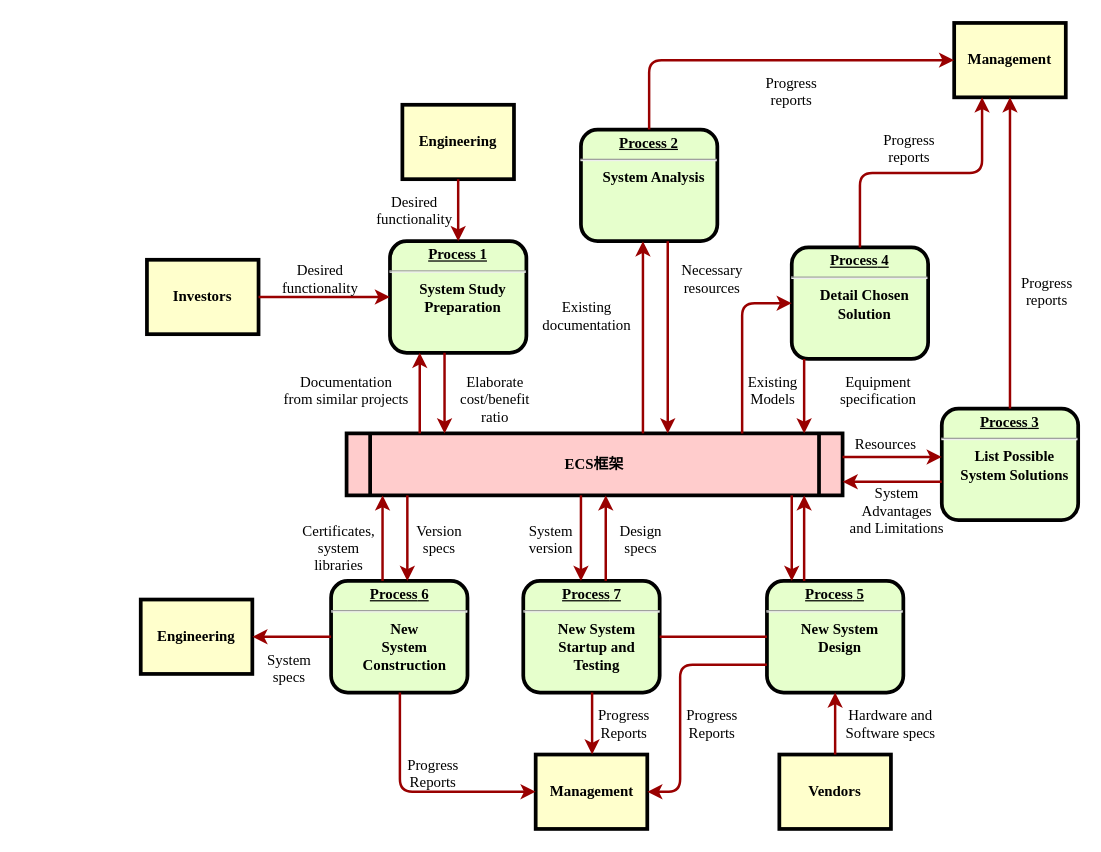
The draw.io diagram page "ECS框架" (1 of 3) of Analyse/ElementalCognitionSystem/ECS框架.drawio in EntelechySystem/EntelechySystem_theory, before the edit. Source tidied: cells renumbered, new cells numbered last; positions are measured from the earlier drawing's top-left corner, leaving out a move shared by most shapes. Both pictures are drawn from the tidied source at 124%, with x=0, y=0 at pixel (140, 22).
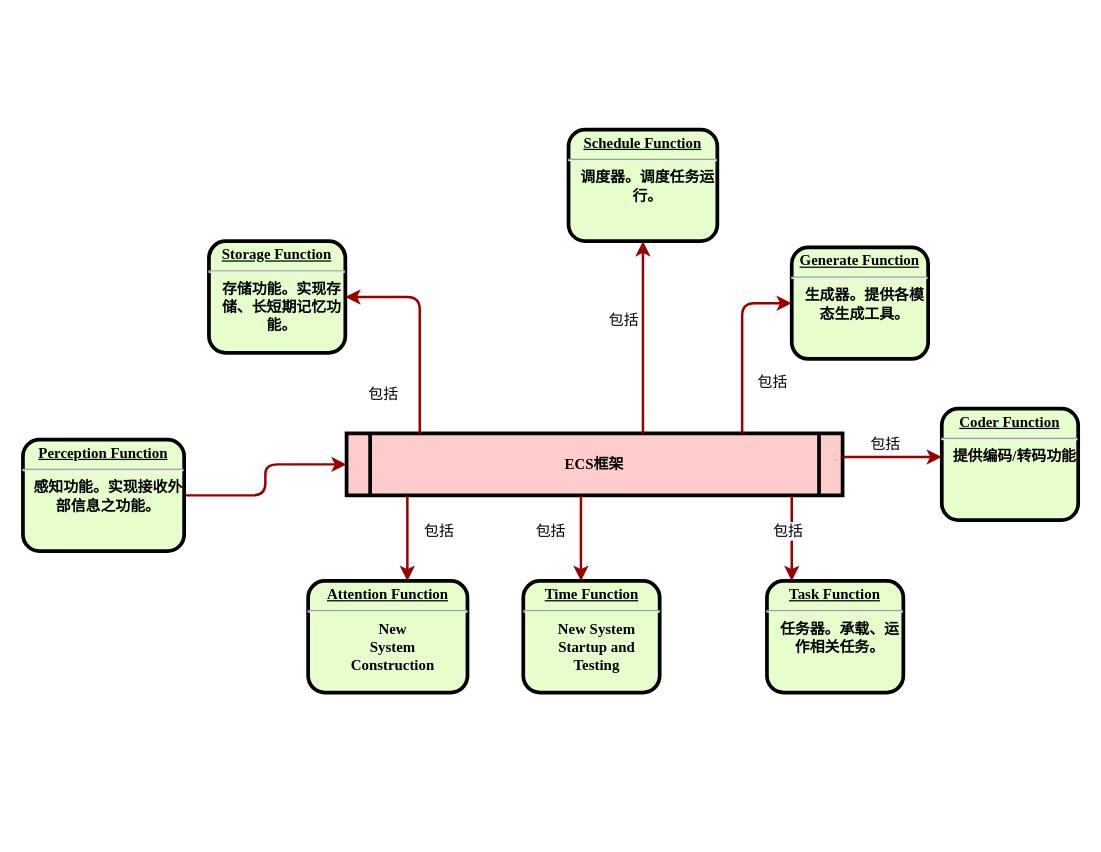
The same diagram, later.

The change refers to these unchanged cells:
```xml
<mxCell id="5" value="ECS框架" style="shape=process;whiteSpace=wrap;align=center;verticalAlign=middle;size=0.0475;fontStyle=1;strokeWidth=3;fillColor=#FFCCCC;fontFamily=Times New Roman;" parent="1" vertex="1">
  <mxGeometry x="166" y="331" width="400" height="50" as="geometry" />
</mxCell>
<mxCell id="44" style="edgeStyle=elbowEdgeStyle;elbow=horizontal;strokeColor=#990000;strokeWidth=2;fontFamily=Times New Roman;" parent="1" edge="1" source="5" target="9">
  <mxGeometry relative="1" as="geometry">
    <Array as="points">
      <mxPoint x="525" y="420" />
    </Array>
  </mxGeometry>
</mxCell>
```

Diff of the diagram source:
```diff
@@
-    <mxCell id="2" value="&lt;p style=&quot;margin: 0px; margin-top: 4px; text-align: center; text-decoration: underline;&quot;&gt;&lt;strong&gt;Process 1&lt;br&gt;&lt;/strong&gt;&lt;/p&gt;&lt;hr&gt;&lt;p style=&quot;margin: 0px; margin-left: 8px;&quot;&gt;System Study&lt;/p&gt;&lt;p style=&quot;margin: 0px; margin-left: 8px;&quot;&gt;Preparation&lt;/p&gt;" style="verticalAlign=middle;align=center;overflow=fill;fontSize=12;fontFamily=Times New Roman;html=1;rounded=1;fontStyle=1;strokeWidth=3;fillColor=#E6FFCC;" parent="1" vertex="1">
-      <mxGeometry x="201" y="176" width="110" height="90" as="geometry" />
+    <mxCell id="2" value="&lt;p style=&quot;margin: 0px; margin-top: 4px; text-align: center; text-decoration: underline;&quot;&gt;&lt;strong&gt;Storage Function&lt;/strong&gt;&lt;/p&gt;&lt;hr&gt;&lt;p style=&quot;margin: 0px; margin-left: 8px;&quot;&gt;存储功能。实现存储、长短期记忆功能。&lt;/p&gt;" style="verticalAlign=middle;align=center;overflow=fill;fontSize=12;fontFamily=Times New Roman;html=1;rounded=1;fontStyle=1;strokeWidth=3;fillColor=#E6FFCC;whiteSpace=wrap;" parent="1" vertex="1">
+      <mxGeometry x="55" y="176" width="110" height="90" as="geometry" />
     </mxCell>
-    <mxCell id="3" value="Engineering" style="whiteSpace=wrap;align=center;verticalAlign=middle;fontStyle=1;strokeWidth=3;fillColor=#FFFFCC;fontFamily=Times New Roman;" parent="1" vertex="1">
-      <mxGeometry x="211" y="66" width="90" height="60" as="geometry" />
-    </mxCell>
-    <mxCell id="4" value="Investors" style="whiteSpace=wrap;align=center;verticalAlign=middle;fontStyle=1;strokeWidth=3;fillColor=#FFFFCC;fontFamily=Times New Roman;" parent="1" vertex="1">
-      <mxGeometry x="5" y="191" width="90" height="60" as="geometry" />
-    </mxCell>
@@
-    <mxCell id="6" value="&lt;p style=&quot;margin: 0px; margin-top: 4px; text-align: center; text-decoration: underline;&quot;&gt;&lt;strong&gt;Process 2&lt;br&gt;&lt;/strong&gt;&lt;/p&gt;&lt;hr&gt;&lt;p style=&quot;margin: 0px; margin-left: 8px;&quot;&gt;System Analysis&lt;/p&gt;" style="verticalAlign=middle;align=center;overflow=fill;fontSize=12;fontFamily=Times New Roman;html=1;rounded=1;fontStyle=1;strokeWidth=3;fillColor=#E6FFCC;" parent="1" vertex="1">
-      <mxGeometry x="355" y="86" width="110" height="90" as="geometry" />
+    <mxCell id="6" value="&lt;p style=&quot;margin: 0px; margin-top: 4px; text-align: center; text-decoration: underline;&quot;&gt;&lt;strong&gt;Schedule Function&lt;br&gt;&lt;/strong&gt;&lt;/p&gt;&lt;hr&gt;&lt;p style=&quot;margin: 0px; margin-left: 8px;&quot;&gt;调度器。调度任务运行。&lt;/p&gt;" style="verticalAlign=middle;align=center;overflow=fill;fontSize=12;fontFamily=Times New Roman;html=1;rounded=1;fontStyle=1;strokeWidth=3;fillColor=#E6FFCC;whiteSpace=wrap;" parent="1" vertex="1">
+      <mxGeometry x="345" y="86" width="120" height="90" as="geometry" />
     </mxCell>
-    <mxCell id="7" value="&lt;p style=&quot;margin: 0px; margin-top: 4px; text-align: center; text-decoration: underline;&quot;&gt;&lt;strong&gt;&lt;strong&gt;Process&lt;/strong&gt; 3&lt;br&gt;&lt;/strong&gt;&lt;/p&gt;&lt;hr&gt;&lt;p style=&quot;margin: 0px; margin-left: 8px;&quot;&gt;List Possible&lt;/p&gt;&lt;p style=&quot;margin: 0px; margin-left: 8px;&quot;&gt;System Solutions&lt;/p&gt;" style="verticalAlign=middle;align=center;overflow=fill;fontSize=12;fontFamily=Times New Roman;html=1;rounded=1;fontStyle=1;strokeWidth=3;fillColor=#E6FFCC;" parent="1" vertex="1">
+    <mxCell id="7" value="&lt;p style=&quot;margin: 0px; margin-top: 4px; text-align: center; text-decoration: underline;&quot;&gt;Coder Function&lt;/p&gt;&lt;hr&gt;&lt;p style=&quot;margin: 0px; margin-left: 8px;&quot;&gt;提供编码/转码功能&lt;/p&gt;" style="verticalAlign=middle;align=center;overflow=fill;fontSize=12;fontFamily=Times New Roman;html=1;rounded=1;fontStyle=1;strokeWidth=3;fillColor=#E6FFCC;whiteSpace=wrap;" parent="1" vertex="1">
       <mxGeometry x="646" y="311" width="110" height="90" as="geometry" />
     </mxCell>
-    <mxCell id="8" value="&lt;p style=&quot;margin: 0px; margin-top: 4px; text-align: center; text-decoration: underline;&quot;&gt;&lt;strong&gt;&lt;strong&gt;Process&lt;/strong&gt; 4&lt;br&gt;&lt;/strong&gt;&lt;/p&gt;&lt;hr&gt;&lt;p style=&quot;margin: 0px; margin-left: 8px;&quot;&gt;Detail Chosen&lt;/p&gt;&lt;p style=&quot;margin: 0px; margin-left: 8px;&quot;&gt;Solution&lt;/p&gt;" style="verticalAlign=middle;align=center;overflow=fill;fontSize=12;fontFamily=Times New Roman;html=1;rounded=1;fontStyle=1;strokeWidth=3;fillColor=#E6FFCC;" parent="1" vertex="1">
+    <mxCell id="8" value="&lt;p style=&quot;margin: 0px; margin-top: 4px; text-align: center; text-decoration: underline;&quot;&gt;Generate Function&lt;/p&gt;&lt;hr&gt;&lt;p style=&quot;margin: 0px; margin-left: 8px;&quot;&gt;生成器。提供各模态生成工具。&lt;/p&gt;" style="verticalAlign=middle;align=center;overflow=fill;fontSize=12;fontFamily=Times New Roman;html=1;rounded=1;fontStyle=1;strokeWidth=3;fillColor=#E6FFCC;whiteSpace=wrap;" parent="1" vertex="1">
       <mxGeometry x="525" y="181" width="110" height="90" as="geometry" />
     </mxCell>
-    <mxCell id="9" value="&lt;p style=&quot;margin: 0px; margin-top: 4px; text-align: center; text-decoration: underline;&quot;&gt;&lt;strong&gt;&lt;strong&gt;Process&lt;/strong&gt; 5&lt;br&gt;&lt;/strong&gt;&lt;/p&gt;&lt;hr&gt;&lt;p style=&quot;margin: 0px; margin-left: 8px;&quot;&gt;New System&lt;/p&gt;&lt;p style=&quot;margin: 0px; margin-left: 8px;&quot;&gt;Design&lt;/p&gt;" style="verticalAlign=middle;align=center;overflow=fill;fontSize=12;fontFamily=Times New Roman;html=1;rounded=1;fontStyle=1;strokeWidth=3;fillColor=#E6FFCC;" parent="1" vertex="1">
+    <mxCell id="9" value="&lt;p style=&quot;margin: 0px; margin-top: 4px; text-align: center; text-decoration: underline;&quot;&gt;Task Function&lt;/p&gt;&lt;hr&gt;&lt;p style=&quot;margin: 0px; margin-left: 8px;&quot;&gt;任务器。承载、运作相关任务。&lt;/p&gt;" style="verticalAlign=middle;align=center;overflow=fill;fontSize=12;fontFamily=Times New Roman;html=1;rounded=1;fontStyle=1;strokeWidth=3;fillColor=#E6FFCC;whiteSpace=wrap;" parent="1" vertex="1">
       <mxGeometry x="505" y="450" width="110" height="90" as="geometry" />
     </mxCell>
-    <mxCell id="10" value="&lt;p style=&quot;margin: 0px; margin-top: 4px; text-align: center; text-decoration: underline;&quot;&gt;&lt;strong&gt;&lt;strong&gt;Process&lt;/strong&gt; 6&lt;br&gt;&lt;/strong&gt;&lt;/p&gt;&lt;hr&gt;&lt;p style=&quot;margin: 0px; margin-left: 8px;&quot;&gt;New&lt;/p&gt;&lt;p style=&quot;margin: 0px; margin-left: 8px;&quot;&gt;System&lt;/p&gt;&lt;p style=&quot;margin: 0px; margin-left: 8px;&quot;&gt;Construction&lt;/p&gt;" style="verticalAlign=middle;align=center;overflow=fill;fontSize=12;fontFamily=Times New Roman;html=1;rounded=1;fontStyle=1;strokeWidth=3;fillColor=#E6FFCC;" parent="1" vertex="1">
-      <mxGeometry x="153.5" y="450" width="110" height="90" as="geometry" />
+    <mxCell id="10" value="&lt;p style=&quot;margin: 0px; margin-top: 4px; text-align: center; text-decoration: underline;&quot;&gt;Attention Function&lt;/p&gt;&lt;hr&gt;&lt;p style=&quot;margin: 0px; margin-left: 8px;&quot;&gt;New&lt;/p&gt;&lt;p style=&quot;margin: 0px; margin-left: 8px;&quot;&gt;System&lt;/p&gt;&lt;p style=&quot;margin: 0px; margin-left: 8px;&quot;&gt;Construction&lt;/p&gt;" style="verticalAlign=middle;align=center;overflow=fill;fontSize=12;fontFamily=Times New Roman;html=1;rounded=1;fontStyle=1;strokeWidth=3;fillColor=#E6FFCC;whiteSpace=wrap;" parent="1" vertex="1">
+      <mxGeometry x="135" y="450" width="128.5" height="90" as="geometry" />
     </mxCell>
-    <mxCell id="11" value="Management" style="whiteSpace=wrap;align=center;verticalAlign=middle;fontStyle=1;strokeWidth=3;fillColor=#FFFFCC;fontFamily=Times New Roman;" parent="1" vertex="1">
-      <mxGeometry x="656" width="90" height="60" as="geometry" />
-    </mxCell>
-    <mxCell id="12" value="Management" style="whiteSpace=wrap;align=center;verticalAlign=middle;fontStyle=1;strokeWidth=3;fillColor=#FFFFCC;fontFamily=Times New Roman;" parent="1" vertex="1">
-      <mxGeometry x="318.5" y="590" width="90" height="60" as="geometry" />
-    </mxCell>
-    <mxCell id="13" value="Engineering" style="whiteSpace=wrap;align=center;verticalAlign=middle;fontStyle=1;strokeWidth=3;fillColor=#FFFFCC;fontFamily=Times New Roman;" parent="1" vertex="1">
-      <mxGeometry y="465" width="90" height="60" as="geometry" />
-    </mxCell>
-    <mxCell id="14" value="Vendors" style="whiteSpace=wrap;align=center;verticalAlign=middle;fontStyle=1;strokeWidth=3;fillColor=#FFFFCC;fontFamily=Times New Roman;" parent="1" vertex="1">
-      <mxGeometry x="515" y="590" width="90" height="60" as="geometry" />
-    </mxCell>
-    <mxCell id="15" style="edgeStyle=none;noEdgeStyle=1;strokeColor=#990000;strokeWidth=2;fontFamily=Times New Roman;" parent="1" edge="1" source="3" target="2">
-      <mxGeometry relative="1" as="geometry" />
-    </mxCell>
-    <mxCell id="16" style="edgeStyle=none;noEdgeStyle=1;strokeColor=#990000;strokeWidth=2;fontFamily=Times New Roman;" parent="1" edge="1" source="4" target="2">
-      <mxGeometry relative="1" as="geometry" />
-    </mxCell>
-    <mxCell id="17" value="&lt;p style=&quot;margin: 0px; margin-top: 4px; text-align: center; text-decoration: underline;&quot;&gt;&lt;strong&gt;&lt;strong&gt;Process&lt;/strong&gt; 7&lt;br&gt;&lt;/strong&gt;&lt;/p&gt;&lt;hr&gt;&lt;p style=&quot;margin: 0px; margin-left: 8px;&quot;&gt;New System&lt;/p&gt;&lt;p style=&quot;margin: 0px; margin-left: 8px;&quot;&gt;Startup and&lt;/p&gt;&lt;p style=&quot;margin: 0px; margin-left: 8px;&quot;&gt;Testing&lt;/p&gt;" style="verticalAlign=middle;align=center;overflow=fill;fontSize=12;fontFamily=Times New Roman;html=1;rounded=1;fontStyle=1;strokeWidth=3;fillColor=#E6FFCC;" parent="1" vertex="1">
+    <mxCell id="17" value="&lt;p style=&quot;margin: 0px; margin-top: 4px; text-align: center; text-decoration: underline;&quot;&gt;Time Function&lt;/p&gt;&lt;hr&gt;&lt;p style=&quot;margin: 0px; margin-left: 8px;&quot;&gt;New System&lt;/p&gt;&lt;p style=&quot;margin: 0px; margin-left: 8px;&quot;&gt;Startup and&lt;/p&gt;&lt;p style=&quot;margin: 0px; margin-left: 8px;&quot;&gt;Testing&lt;/p&gt;" style="verticalAlign=middle;align=center;overflow=fill;fontSize=12;fontFamily=Times New Roman;html=1;rounded=1;fontStyle=1;strokeWidth=3;fillColor=#E6FFCC;whiteSpace=wrap;" parent="1" vertex="1">
       <mxGeometry x="308.5" y="450" width="110" height="90" as="geometry" />
     </mxCell>
-    <mxCell id="18" style="endArrow=none;noEdgeStyle=1;strokeColor=#990000;strokeWidth=2;fontFamily=Times New Roman;" parent="1" edge="1" source="9" target="17">
-      <mxGeometry relative="1" as="geometry" />
-    </mxCell>
-    <mxCell id="19" value="Desired &#10;functionality" style="text;spacingTop=-5;align=center;fontFamily=Times New Roman;" parent="1" vertex="1">
-      <mxGeometry x="130" y="191" width="30" height="20" as="geometry" />
-    </mxCell>
-    <mxCell id="20" value="Desired &#10;functionality" style="text;spacingTop=-5;align=center;fontFamily=Times New Roman;" parent="1" vertex="1">
-      <mxGeometry x="206" y="136" width="30" height="20" as="geometry" />
-    </mxCell>
-    <mxCell id="21" value="Documentation&#10;from similar projects" style="text;spacingTop=-5;align=center;fontFamily=Times New Roman;" parent="1" vertex="1">
-      <mxGeometry x="151" y="281" width="30" height="20" as="geometry" />
+    <mxCell id="21" value="包括" style="text;spacingTop=-5;align=center;fontFamily=Times New Roman;whiteSpace=wrap;" parent="1" vertex="1">
+      <mxGeometry x="181" y="291" width="30" height="20" as="geometry" />
     </mxCell>
@@
-    <mxCell id="23" style="edgeStyle=elbowEdgeStyle;elbow=horizontal;strokeColor=#990000;strokeWidth=2;fontFamily=Times New Roman;" parent="1" edge="1" source="2" target="5">
-      <mxGeometry relative="1" as="geometry">
-        <Array as="points">
-          <mxPoint x="245" y="300" />
-        </Array>
-      </mxGeometry>
-    </mxCell>
-    <mxCell id="24" value="Elaborate&#10;cost/benefit&#10;ratio" style="text;spacingTop=-5;align=center;fontFamily=Times New Roman;" parent="1" vertex="1">
-      <mxGeometry x="271" y="281" width="30" height="20" as="geometry" />
-    </mxCell>
@@
-    <mxCell id="26" style="edgeStyle=elbowEdgeStyle;elbow=horizontal;strokeColor=#990000;strokeWidth=2;fontFamily=Times New Roman;" parent="1" edge="1" source="6" target="5">
-      <mxGeometry relative="1" as="geometry">
-        <Array as="points">
-          <mxPoint x="425" y="260" />
-        </Array>
-      </mxGeometry>
-    </mxCell>
-    <mxCell id="27" value="Existing&#10;documentation" style="text;spacingTop=-5;align=center;fontFamily=Times New Roman;" parent="1" vertex="1">
-      <mxGeometry x="345" y="221" width="30" height="20" as="geometry" />
+    <mxCell id="27" value="包括" style="text;spacingTop=-5;align=center;fontFamily=Times New Roman;whiteSpace=wrap;" parent="1" vertex="1">
+      <mxGeometry x="375" y="231" width="30" height="20" as="geometry" />
     </mxCell>
-    <mxCell id="28" value="Necessary&#10;resources" style="text;spacingTop=-5;align=center;fontFamily=Times New Roman;" parent="1" vertex="1">
-      <mxGeometry x="446" y="191" width="30" height="20" as="geometry" />
-    </mxCell>
-    <mxCell id="29" value="Progress&#10;reports" style="text;spacingTop=-5;align=center;fontFamily=Times New Roman;" parent="1" vertex="1">
-      <mxGeometry x="510" y="40" width="30" height="20" as="geometry" />
-    </mxCell>
-    <mxCell id="30" value="Progress&#10;reports" style="text;spacingTop=-5;align=center;fontFamily=Times New Roman;" parent="1" vertex="1">
-      <mxGeometry x="605" y="86" width="30" height="20" as="geometry" />
-    </mxCell>
-    <mxCell id="31" value="Progress&#10;reports" style="text;spacingTop=-5;align=center;fontFamily=Times New Roman;" parent="1" vertex="1">
-      <mxGeometry x="716" y="201" width="30" height="20" as="geometry" />
-    </mxCell>
-    <mxCell id="32" style="edgeStyle=elbowEdgeStyle;elbow=horizontal;strokeColor=#990000;strokeWidth=2;fontFamily=Times New Roman;" parent="1" edge="1" source="6" target="11">
-      <mxGeometry relative="1" as="geometry">
-        <Array as="points">
-          <mxPoint x="410" y="80" />
-        </Array>
-      </mxGeometry>
-    </mxCell>
-    <mxCell id="33" style="edgeStyle=elbowEdgeStyle;elbow=vertical;entryX=0.25;entryY=1;strokeColor=#990000;strokeWidth=2;fontFamily=Times New Roman;" parent="1" edge="1" source="8" target="11">
-      <mxGeometry relative="1" as="geometry" />
-    </mxCell>
-    <mxCell id="34" style="edgeStyle=elbowEdgeStyle;elbow=horizontal;strokeColor=#990000;strokeWidth=2;fontFamily=Times New Roman;" parent="1" edge="1" source="7" target="11">
-      <mxGeometry relative="1" as="geometry" />
-    </mxCell>
-    <mxCell id="35" style="edgeStyle=elbowEdgeStyle;elbow=horizontal;strokeColor=#990000;strokeWidth=2;fontFamily=Times New Roman;" parent="1" edge="1" source="8" target="5">
-      <mxGeometry relative="1" as="geometry">
-        <Array as="points">
-          <mxPoint x="535" y="300" />
-        </Array>
-      </mxGeometry>
-    </mxCell>
@@
-    <mxCell id="37" value="Existing&#10;Models" style="text;spacingTop=-5;align=center;fontFamily=Times New Roman;" parent="1" vertex="1">
+    <mxCell id="37" value="包括" style="text;spacingTop=-5;align=center;fontFamily=Times New Roman;whiteSpace=wrap;" parent="1" vertex="1">
       <mxGeometry x="495" y="281" width="30" height="20" as="geometry" />
     </mxCell>
-    <mxCell id="38" value="Equipment&#10;specification" style="text;spacingTop=-5;align=center;fontFamily=Times New Roman;" parent="1" vertex="1">
-      <mxGeometry x="580" y="281" width="30" height="20" as="geometry" />
-    </mxCell>
@@
-    <mxCell id="40" style="edgeStyle=elbowEdgeStyle;elbow=vertical;strokeColor=#990000;strokeWidth=2;fontFamily=Times New Roman;" parent="1" edge="1" source="7" target="5">
-      <mxGeometry relative="1" as="geometry">
-        <Array as="points">
-          <mxPoint x="615" y="370" />
-        </Array>
-      </mxGeometry>
-    </mxCell>
-    <mxCell id="41" value="Resources" style="text;spacingTop=-5;align=center;fontFamily=Times New Roman;" parent="1" vertex="1">
+    <mxCell id="41" value="包括" style="text;spacingTop=-5;align=center;fontFamily=Times New Roman;whiteSpace=wrap;" parent="1" vertex="1">
       <mxGeometry x="586" y="331" width="30" height="20" as="geometry" />
     </mxCell>
-    <mxCell id="42" value="System &#10;Advantages &#10;and Limitations" style="text;spacingTop=-5;align=center;fontFamily=Times New Roman;" parent="1" vertex="1">
-      <mxGeometry x="595" y="371" width="30" height="20" as="geometry" />
-    </mxCell>
-    <mxCell id="43" style="edgeStyle=elbowEdgeStyle;elbow=horizontal;strokeColor=#990000;strokeWidth=2;fontFamily=Times New Roman;" parent="1" edge="1" source="9" target="5">
-      <mxGeometry relative="1" as="geometry">
-        <Array as="points">
-          <mxPoint x="535" y="410" />
-        </Array>
-      </mxGeometry>
-    </mxCell>
@@
-    <mxCell id="45" style="edgeStyle=elbowEdgeStyle;elbow=horizontal;strokeColor=#990000;strokeWidth=2;fontFamily=Times New Roman;" parent="1" edge="1" source="14" target="9">
-      <mxGeometry relative="1" as="geometry" />
-    </mxCell>
-    <mxCell id="46" value="Hardware and&#10;Software specs" style="text;spacingTop=-5;align=center;fontFamily=Times New Roman;" parent="1" vertex="1">
-      <mxGeometry x="590" y="550" width="30" height="20" as="geometry" />
-    </mxCell>
-    <mxCell id="47" style="edgeStyle=elbowEdgeStyle;elbow=horizontal;exitX=0;exitY=0.75;strokeColor=#990000;strokeWidth=2;fontFamily=Times New Roman;" parent="1" edge="1" source="9" target="12">
-      <mxGeometry relative="1" as="geometry">
-        <Array as="points">
-          <mxPoint x="435" y="570" />
-        </Array>
-      </mxGeometry>
-    </mxCell>
-    <mxCell id="48" value="Progress&#10;Reports" style="text;spacingTop=-5;align=center;fontFamily=Times New Roman;" parent="1" vertex="1">
-      <mxGeometry x="446" y="550" width="30" height="20" as="geometry" />
-    </mxCell>
-    <mxCell id="49" style="edgeStyle=elbowEdgeStyle;elbow=horizontal;strokeColor=#990000;strokeWidth=2;fontFamily=Times New Roman;" parent="1" edge="1" source="17" target="12">
-      <mxGeometry relative="1" as="geometry" />
-    </mxCell>
-    <mxCell id="50" value="Progress&#10;Reports" style="text;spacingTop=-5;align=center;fontFamily=Times New Roman;" parent="1" vertex="1">
-      <mxGeometry x="375" y="550" width="30" height="20" as="geometry" />
-    </mxCell>
-    <mxCell id="51" style="edgeStyle=elbowEdgeStyle;elbow=horizontal;strokeColor=#990000;strokeWidth=2;fontFamily=Times New Roman;" parent="1" edge="1" source="10" target="12">
-      <mxGeometry relative="1" as="geometry">
-        <Array as="points">
-          <mxPoint x="209" y="570" />
-        </Array>
-      </mxGeometry>
-    </mxCell>
-    <mxCell id="52" value="Progress&#10;Reports" style="text;spacingTop=-5;align=center;fontFamily=Times New Roman;" parent="1" vertex="1">
-      <mxGeometry x="221" y="590" width="30" height="20" as="geometry" />
-    </mxCell>
-    <mxCell id="53" style="edgeStyle=elbowEdgeStyle;elbow=vertical;strokeColor=#990000;strokeWidth=2;fontFamily=Times New Roman;" parent="1" edge="1" source="10" target="13">
-      <mxGeometry relative="1" as="geometry" />
-    </mxCell>
+    <mxCell id="63" value="&lt;span style=&quot;font-size: 12px; background-color: rgb(248, 249, 250);&quot;&gt;包括&lt;/span&gt;" style="edgeLabel;html=1;align=center;verticalAlign=middle;fontFamily=Times New Roman;" parent="44" vertex="1">
+      <mxGeometry x="-0.19" y="-4" relative="1" as="geometry" />
+    </mxCell>
@@
-    <mxCell id="55" style="edgeStyle=elbowEdgeStyle;elbow=horizontal;strokeColor=#990000;strokeWidth=2;fontFamily=Times New Roman;" parent="1" edge="1" source="17" target="5">
-      <mxGeometry relative="1" as="geometry">
-        <Array as="points">
-          <mxPoint x="375" y="410" />
-        </Array>
-      </mxGeometry>
-    </mxCell>
-    <mxCell id="56" value="Version&#10;specs" style="text;spacingTop=-5;align=center;fontFamily=Times New Roman;" parent="1" vertex="1">
+    <mxCell id="56" value="包括" style="text;spacingTop=-5;align=center;fontFamily=Times New Roman;whiteSpace=wrap;" parent="1" vertex="1">
       <mxGeometry x="226" y="401" width="30" height="20" as="geometry" />
     </mxCell>
-    <mxCell id="57" value="Certificates,&#10;system&#10;libraries" style="text;spacingTop=-5;align=center;fontFamily=Times New Roman;" parent="1" vertex="1">
-      <mxGeometry x="145" y="401" width="30" height="20" as="geometry" />
-    </mxCell>
@@
-    <mxCell id="59" style="edgeStyle=elbowEdgeStyle;elbow=horizontal;strokeColor=#990000;strokeWidth=2;fontFamily=Times New Roman;" parent="1" edge="1" source="10" target="5">
-      <mxGeometry relative="1" as="geometry">
-        <Array as="points">
-          <mxPoint x="195" y="410" />
-        </Array>
-      </mxGeometry>
-    </mxCell>
-    <mxCell id="60" value="System&#10;specs" style="text;spacingTop=-5;align=center;fontFamily=Times New Roman;" parent="1" vertex="1">
-      <mxGeometry x="105" y="505" width="30" height="20" as="geometry" />
-    </mxCell>
-    <mxCell id="61" value="Design&#10;specs" style="text;spacingTop=-5;align=center;fontFamily=Times New Roman;" parent="1" vertex="1">
-      <mxGeometry x="388.5" y="401" width="30" height="20" as="geometry" />
-    </mxCell>
-    <mxCell id="62" value="System&#10;version" style="text;spacingTop=-5;align=center;fontFamily=Times New Roman;" parent="1" vertex="1">
+    <mxCell id="62" value="包括" style="text;spacingTop=-5;align=center;fontFamily=Times New Roman;whiteSpace=wrap;" parent="1" vertex="1">
       <mxGeometry x="316" y="401" width="30" height="20" as="geometry" />
     </mxCell>
+    <mxCell id="64" style="edgeStyle=orthogonalEdgeStyle;jettySize=auto;html=1;fontFamily=Times New Roman;rounded=1;strokeColor=#990000;strokeWidth=2;" parent="1" edge="1" source="65" target="5">
+      <mxGeometry relative="1" as="geometry" />
+    </mxCell>
+    <mxCell id="65" value="&lt;p style=&quot;margin: 0px; margin-top: 4px; text-align: center; text-decoration: underline;&quot;&gt;&lt;strong&gt;Perception Function&lt;/strong&gt;&lt;/p&gt;&lt;hr&gt;&lt;p style=&quot;margin: 0px; margin-left: 8px;&quot;&gt;感知功能。实现接收外部信息之功能。&lt;/p&gt;" style="verticalAlign=middle;align=center;overflow=fill;fontSize=12;fontFamily=Times New Roman;html=1;rounded=1;fontStyle=1;strokeWidth=3;fillColor=#E6FFCC;whiteSpace=wrap;" parent="1" vertex="1">
+      <mxGeometry x="-95" y="336" width="130" height="90" as="geometry" />
+    </mxCell>
```
